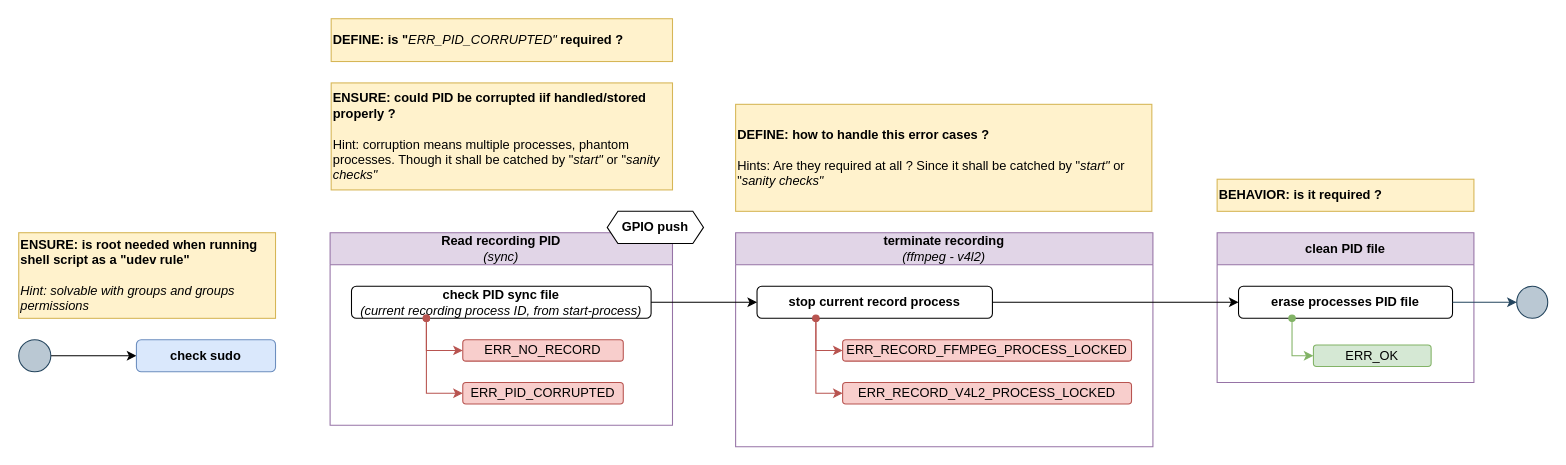
repeact/embedded-sw keeps this draw.io diagram as page "stop-record" (7 of 12) of docs/arch/arch.drawio. Above is the earlier version. Source tidied: cells renumbered, new cells numbered last; positions are measured from the earlier drawing's top-left corner, leaving out a move shared by most shapes. Both pictures are drawn from the tidied source at 107%, with x=0, y=0 at pixel (18, 18).
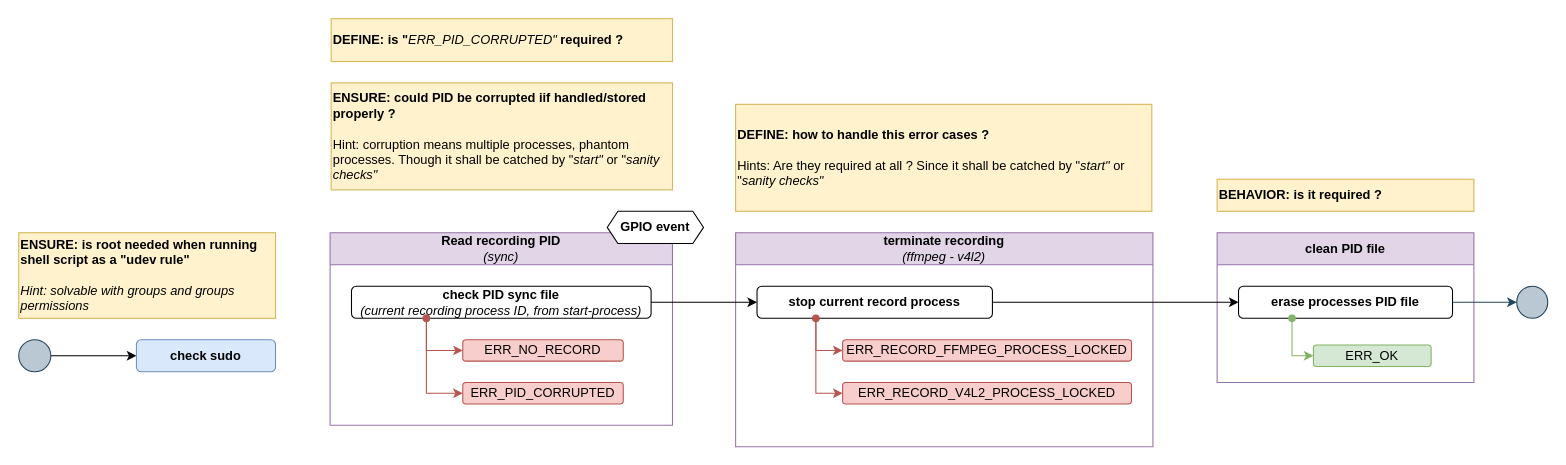
The same diagram, later.

Commit message (it also covers changes not shown here):
docs(arch): normalize GPIO events

The edit, as a diff of the source:
```diff
@@
-    <mxCell id="30" value="&lt;b&gt;GPIO push&lt;/b&gt;" style="shape=hexagon;perimeter=hexagonPerimeter2;whiteSpace=wrap;html=1;fixedSize=1;size=10;strokeWidth=1;fontSize=12;" parent="1" vertex="1">
+    <mxCell id="30" value="&lt;b&gt;GPIO event&lt;/b&gt;" style="shape=hexagon;perimeter=hexagonPerimeter2;whiteSpace=wrap;html=1;fixedSize=1;size=10;strokeWidth=1;fontSize=12;" parent="1" vertex="1">
       <mxGeometry x="550" y="180" width="90" height="30" as="geometry" />
     </mxCell>
```
